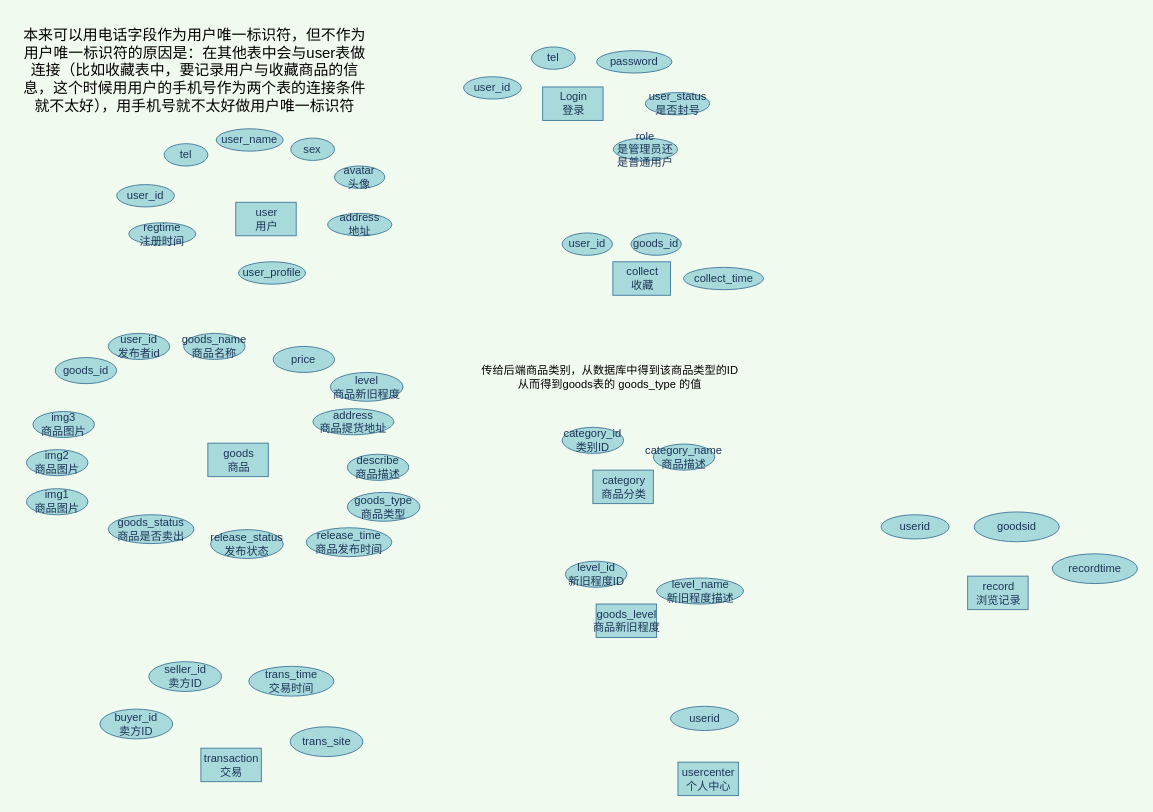
The draw.io diagram 跳蚤市场数据库ER图.drawio in 200928/image, before the edit. Source tidied: cells renumbered, new cells numbered last; positions are measured from the earlier drawing's top-left corner, leaving out a move shared by most shapes. Both pictures are drawn from the tidied source at 93%, with x=0, y=0 at pixel (16, 16).
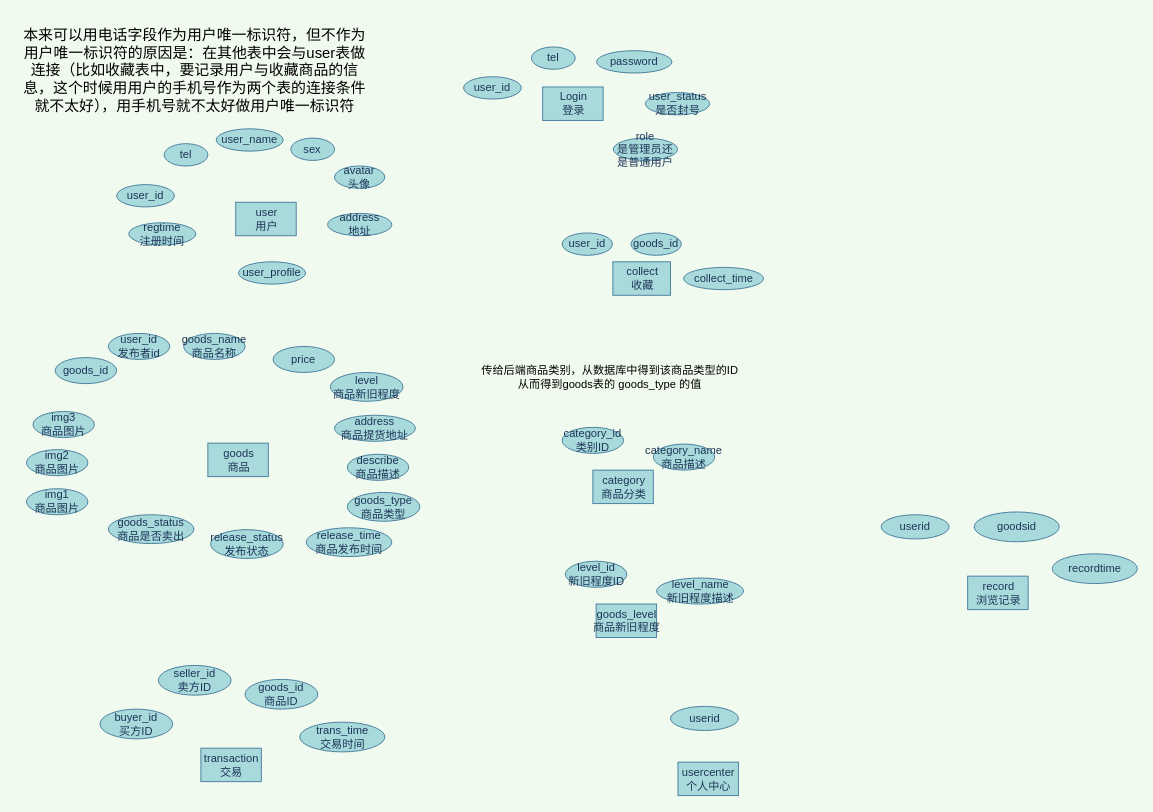
After the change.

Commit message:
更新跳蚤市场数据库ER图.drawio

Change to the diagram source:
```diff
@@
     <mxCell id="25" value="trans_time&lt;br&gt;交易时间" style="ellipse;whiteSpace=wrap;html=1;rounded=0;sketch=0;fontColor=#1D3557;strokeColor=#457B9D;fillColor=#A8DADC;" parent="1" vertex="1">
-      <mxGeometry x="250" y="699" width="91.5" height="32" as="geometry" />
+      <mxGeometry x="304.8" y="759" width="91.5" height="32" as="geometry" />
     </mxCell>
-    <mxCell id="26" value="trans_site" style="ellipse;whiteSpace=wrap;html=1;rounded=0;sketch=0;fontColor=#1D3557;strokeColor=#457B9D;fillColor=#A8DADC;" parent="1" vertex="1">
-      <mxGeometry x="294.5" y="764" width="78.2" height="32" as="geometry" />
+    <mxCell id="26" value="goods_id&lt;br&gt;商品ID" style="ellipse;whiteSpace=wrap;html=1;rounded=0;sketch=0;fontColor=#1D3557;strokeColor=#457B9D;fillColor=#A8DADC;" parent="1" vertex="1">
+      <mxGeometry x="246" y="713" width="78.2" height="32" as="geometry" />
     </mxCell>
-    <mxCell id="27" value="buyer_id&lt;br&gt;卖方ID" style="ellipse;whiteSpace=wrap;html=1;rounded=0;sketch=0;fontColor=#1D3557;strokeColor=#457B9D;fillColor=#A8DADC;" parent="1" vertex="1">
+    <mxCell id="27" value="buyer_id&lt;br&gt;买方ID" style="ellipse;whiteSpace=wrap;html=1;rounded=0;sketch=0;fontColor=#1D3557;strokeColor=#457B9D;fillColor=#A8DADC;" parent="1" vertex="1">
       <mxGeometry x="90" y="745" width="78.2" height="32" as="geometry" />
     </mxCell>
     <mxCell id="28" value="seller_id&lt;br&gt;卖方ID" style="ellipse;whiteSpace=wrap;html=1;rounded=0;sketch=0;fontColor=#1D3557;strokeColor=#457B9D;fillColor=#A8DADC;" parent="1" vertex="1">
-      <mxGeometry x="142.5" y="694" width="78.2" height="32" as="geometry" />
+      <mxGeometry x="152.8" y="698" width="78.2" height="32" as="geometry" />
     </mxCell>
@@
     <mxCell id="50" value="address&lt;br&gt;商品提货地址" style="ellipse;whiteSpace=wrap;html=1;rounded=0;sketch=0;fontColor=#1D3557;strokeColor=#457B9D;fillColor=#A8DADC;" parent="1" vertex="1">
-      <mxGeometry x="319" y="422" width="87" height="28" as="geometry" />
+      <mxGeometry x="342.2" y="429" width="87" height="28" as="geometry" />
     </mxCell>
```
